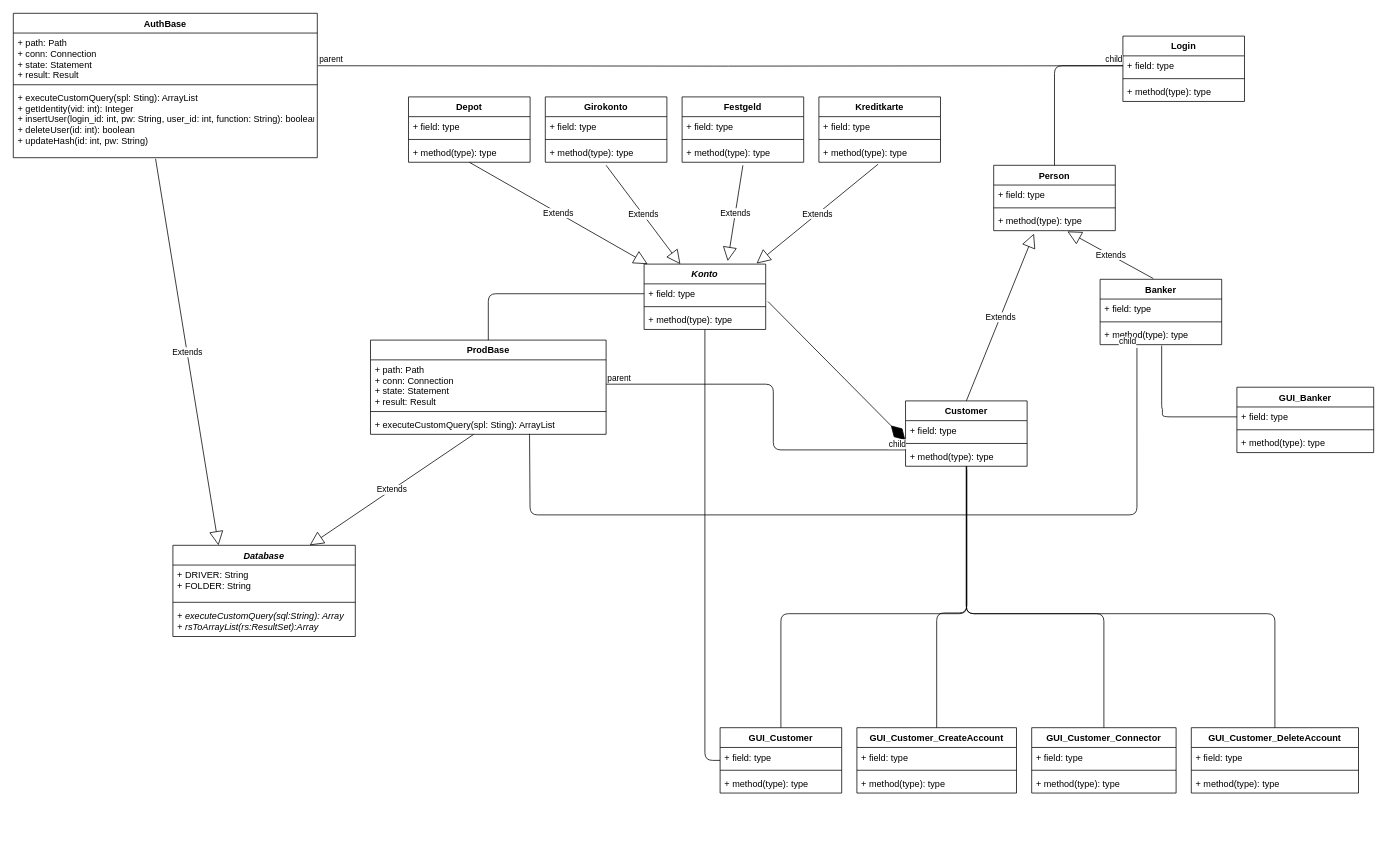
Earlier version of the draw.io diagram docs/Diagramme/Java_Project ClassDiagramm(1).drawio (luca9913/BankingApp). Source tidied: cells renumbered, new cells numbered last; positions are measured from the earlier drawing's top-left corner, leaving out a move shared by most shapes. Both pictures are drawn from the tidied source at 76%, with x=0, y=0 at pixel (13, 13).
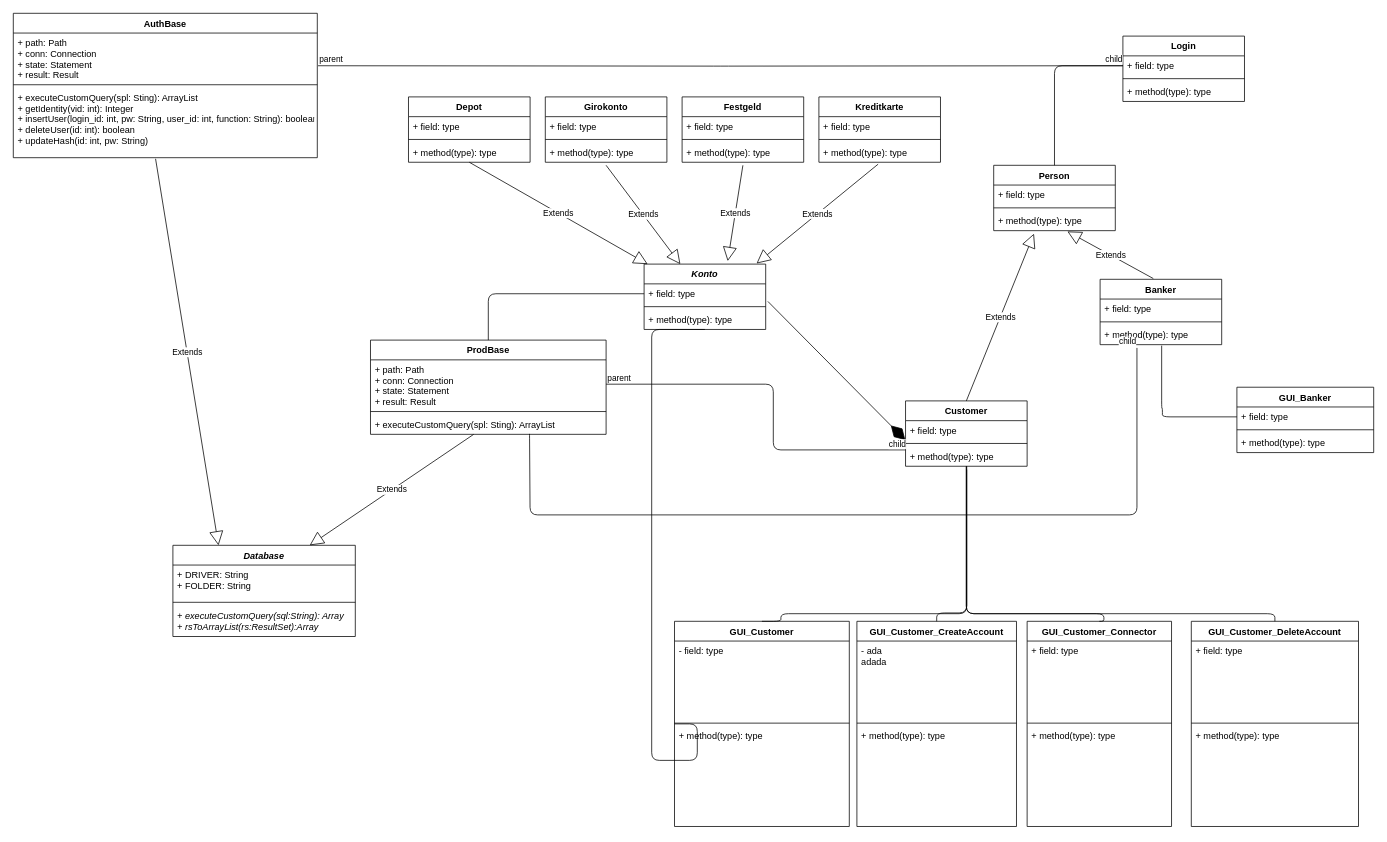
The same page after the edit.

Commit message (it also covers changes not shown here):
Ausfüllen der Java-Docs

Unchanged cells that the change refers to:
```xml
<mxCell id="6" value="Konto" style="swimlane;fontStyle=3;align=center;verticalAlign=top;horizontal=1;startSize=26;" parent="1" vertex="1">
  <mxGeometry x="830" y="330" width="160" height="86" as="geometry" />
</mxCell>
<mxCell id="67" value="Customer" style="swimlane;fontStyle=1;align=center;verticalAlign=top;horizontal=1;startSize=26;" parent="1" vertex="1">
  <mxGeometry x="1174" y="510" width="160" height="86" as="geometry" />
</mxCell>
```

Diff of the diagram source:
```diff
@@
     <mxCell id="39" value="GUI_Customer_Connector" style="swimlane;fontStyle=1;align=center;verticalAlign=top;horizontal=1;startSize=26;" parent="1" vertex="1">
-      <mxGeometry x="1340" y="940" width="190" height="86" as="geometry" />
+      <mxGeometry x="1334" y="800" width="190" height="270" as="geometry" />
     </mxCell>
     <mxCell id="40" value="+ field: type" style="text;strokeColor=none;fillColor=none;align=left;verticalAlign=top;spacingLeft=4;spacingRight=4;overflow=hidden;" parent="39" vertex="1">
-      <mxGeometry y="26" width="190" height="26" as="geometry" />
+      <mxGeometry y="26" width="190" height="104" as="geometry" />
     </mxCell>
     <mxCell id="41" style="line;strokeWidth=1;fillColor=none;align=left;verticalAlign=middle;spacingTop=-1;spacingLeft=3;spacingRight=3;labelPosition=right;" parent="39" vertex="1">
-      <mxGeometry y="52" width="190" height="8" as="geometry" />
+      <mxGeometry y="130" width="190" height="8" as="geometry" />
     </mxCell>
     <mxCell id="42" value="+ method(type): type" style="text;strokeColor=none;fillColor=none;align=left;verticalAlign=top;spacingLeft=4;spacingRight=4;overflow=hidden;" parent="39" vertex="1">
-      <mxGeometry y="60" width="190" height="26" as="geometry" />
+      <mxGeometry y="138" width="190" height="132" as="geometry" />
     </mxCell>
     <mxCell id="43" value="GUI_Customer" style="swimlane;fontStyle=1;align=center;verticalAlign=top;horizontal=1;startSize=26;" parent="1" vertex="1">
-      <mxGeometry x="930" y="940" width="160" height="86" as="geometry" />
+      <mxGeometry x="870" y="800" width="230" height="270" as="geometry" />
     </mxCell>
-    <mxCell id="44" value="+ field: type" style="text;strokeColor=none;fillColor=none;align=left;verticalAlign=top;spacingLeft=4;spacingRight=4;overflow=hidden;" parent="43" vertex="1">
-      <mxGeometry y="26" width="160" height="26" as="geometry" />
+    <mxCell id="44" value="- field: type" style="text;strokeColor=none;fillColor=none;align=left;verticalAlign=top;spacingLeft=4;spacingRight=4;overflow=hidden;" parent="43" vertex="1">
+      <mxGeometry y="26" width="230" height="104" as="geometry" />
     </mxCell>
     <mxCell id="45" style="line;strokeWidth=1;fillColor=none;align=left;verticalAlign=middle;spacingTop=-1;spacingLeft=3;spacingRight=3;labelPosition=right;" parent="43" vertex="1">
-      <mxGeometry y="52" width="160" height="8" as="geometry" />
+      <mxGeometry y="130" width="230" height="8" as="geometry" />
     </mxCell>
     <mxCell id="46" value="+ method(type): type" style="text;strokeColor=none;fillColor=none;align=left;verticalAlign=top;spacingLeft=4;spacingRight=4;overflow=hidden;" parent="43" vertex="1">
-      <mxGeometry y="60" width="160" height="26" as="geometry" />
+      <mxGeometry y="138" width="230" height="132" as="geometry" />
     </mxCell>
@@
     <mxCell id="51" value="GUI_Customer_CreateAccount" style="swimlane;fontStyle=1;align=center;verticalAlign=top;horizontal=1;startSize=26;" parent="1" vertex="1">
-      <mxGeometry x="1110" y="940" width="210" height="86" as="geometry" />
+      <mxGeometry x="1110" y="800" width="210" height="270" as="geometry" />
     </mxCell>
-    <mxCell id="52" value="+ field: type" style="text;strokeColor=none;fillColor=none;align=left;verticalAlign=top;spacingLeft=4;spacingRight=4;overflow=hidden;" parent="51" vertex="1">
-      <mxGeometry y="26" width="210" height="26" as="geometry" />
+    <mxCell id="52" value="- ada&#10;adada&#10;" style="text;strokeColor=none;fillColor=none;align=left;verticalAlign=top;spacingLeft=4;spacingRight=4;overflow=hidden;" parent="51" vertex="1">
+      <mxGeometry y="26" width="210" height="104" as="geometry" />
     </mxCell>
     <mxCell id="53" style="line;strokeWidth=1;fillColor=none;align=left;verticalAlign=middle;spacingTop=-1;spacingLeft=3;spacingRight=3;labelPosition=right;" parent="51" vertex="1">
-      <mxGeometry y="52" width="210" height="8" as="geometry" />
+      <mxGeometry y="130" width="210" height="8" as="geometry" />
     </mxCell>
     <mxCell id="54" value="+ method(type): type" style="text;strokeColor=none;fillColor=none;align=left;verticalAlign=top;spacingLeft=4;spacingRight=4;overflow=hidden;" parent="51" vertex="1">
-      <mxGeometry y="60" width="210" height="26" as="geometry" />
+      <mxGeometry y="138" width="210" height="132" as="geometry" />
     </mxCell>
     <mxCell id="55" value="GUI_Customer_DeleteAccount" style="swimlane;fontStyle=1;align=center;verticalAlign=top;horizontal=1;startSize=26;" parent="1" vertex="1">
-      <mxGeometry x="1550" y="940" width="220" height="86" as="geometry" />
+      <mxGeometry x="1550" y="800" width="220" height="270" as="geometry" />
     </mxCell>
     <mxCell id="56" value="+ field: type" style="text;strokeColor=none;fillColor=none;align=left;verticalAlign=top;spacingLeft=4;spacingRight=4;overflow=hidden;" parent="55" vertex="1">
-      <mxGeometry y="26" width="220" height="26" as="geometry" />
+      <mxGeometry y="26" width="220" height="104" as="geometry" />
     </mxCell>
     <mxCell id="57" style="line;strokeWidth=1;fillColor=none;align=left;verticalAlign=middle;spacingTop=-1;spacingLeft=3;spacingRight=3;labelPosition=right;" parent="55" vertex="1">
-      <mxGeometry y="52" width="220" height="8" as="geometry" />
+      <mxGeometry y="130" width="220" height="8" as="geometry" />
     </mxCell>
     <mxCell id="58" value="+ method(type): type" style="text;strokeColor=none;fillColor=none;align=left;verticalAlign=top;spacingLeft=4;spacingRight=4;overflow=hidden;" parent="55" vertex="1">
-      <mxGeometry y="60" width="220" height="26" as="geometry" />
+      <mxGeometry y="138" width="220" height="132" as="geometry" />
     </mxCell>
@@
     <mxCell id="82" style="endArrow=none;html=1;edgeStyle=orthogonalEdgeStyle;entryX=0.5;entryY=0;entryDx=0;entryDy=0;exitX=0.5;exitY=1;exitDx=0;exitDy=0;" parent="1" edge="1" source="67" target="55">
       <mxGeometry relative="1" as="geometry">
         <Array as="points">
           <mxPoint x="1254" y="790" />
           <mxPoint x="1660" y="790" />
-          <mxPoint x="1660" y="940" />
         </Array>
       </mxGeometry>
     </mxCell>
@@
     <mxCell id="84" style="endArrow=none;html=1;edgeStyle=orthogonalEdgeStyle;entryX=0;entryY=0.5;entryDx=0;entryDy=0;exitX=0.5;exitY=1;exitDx=0;exitDy=0;" parent="1" edge="1" source="6" target="43">
       <mxGeometry relative="1" as="geometry">
         <Array as="points">
-          <mxPoint x="910" y="983" />
+          <mxPoint x="840" y="416" />
+          <mxPoint x="840" y="983" />
+          <mxPoint x="900" y="983" />
         </Array>
       </mxGeometry>
     </mxCell>
```
